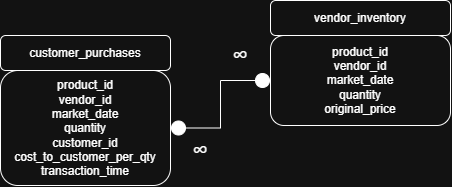
This is 02_activities/assignments/Microcredential_Cohort/SQL Assinment 1 Logic Diagram.png from Ghanna4222/sql, a draw.io export, as it was before one commit. Source tidied: cells renumbered, new cells last; positions are measured from the earlier drawing's top-left corner, leaving out a move shared by most shapes.
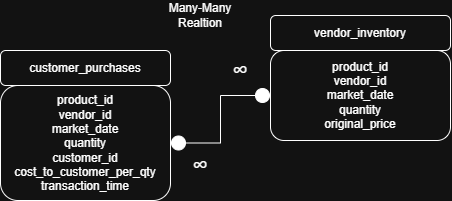
Later version of the same file.

Commit message:
Added AGGRGATE function to QUERY 12 and updated Logic Diagram 1

The edit, as a diff of the source:
```diff
@@ -23,5 +23,8 @@
     <mxCell id="8" value="&lt;font style=&quot;font-size: 22px;&quot;&gt;∞&lt;/font&gt;" style="text;html=1;whiteSpace=wrap;strokeColor=none;fillColor=none;align=center;verticalAlign=middle;rounded=0;" parent="1" vertex="1">
       <mxGeometry x="210" y="40" width="60" height="30" as="geometry" />
     </mxCell>
+    <mxCell id="9" value="Many-Many Realtion" style="text;html=1;whiteSpace=wrap;strokeColor=none;fillColor=none;align=center;verticalAlign=middle;rounded=0;" parent="1" vertex="1">
+      <mxGeometry x="145" y="-15" width="110" height="30" as="geometry" />
+    </mxCell>
   </root>
 </mxGraphModel>
```
